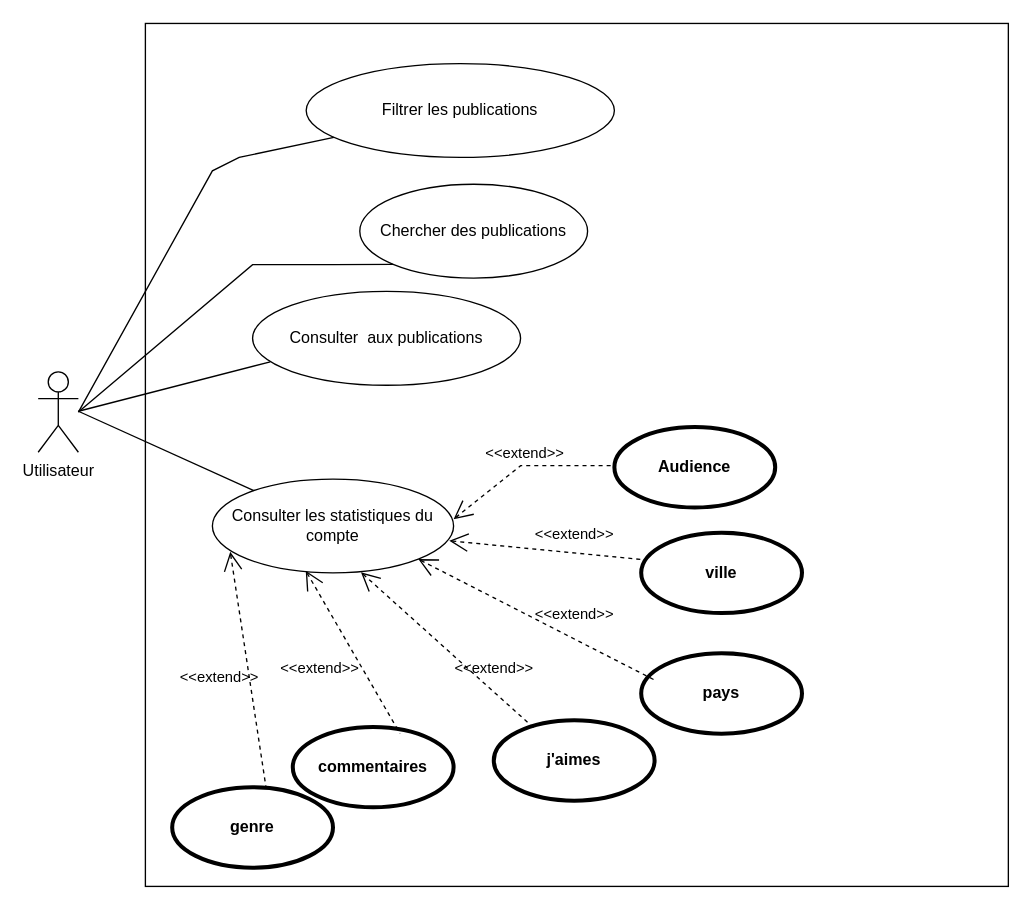
Before: usecase.drawio in Marouane19/usecase, a draw.io diagram. Source tidied: cells renumbered, new cells numbered last; positions are measured from the earlier drawing's top-left corner, leaving out a move shared by most shapes. Both pictures are drawn from the tidied source at 134%, with x=0, y=0 at pixel (38, 23).
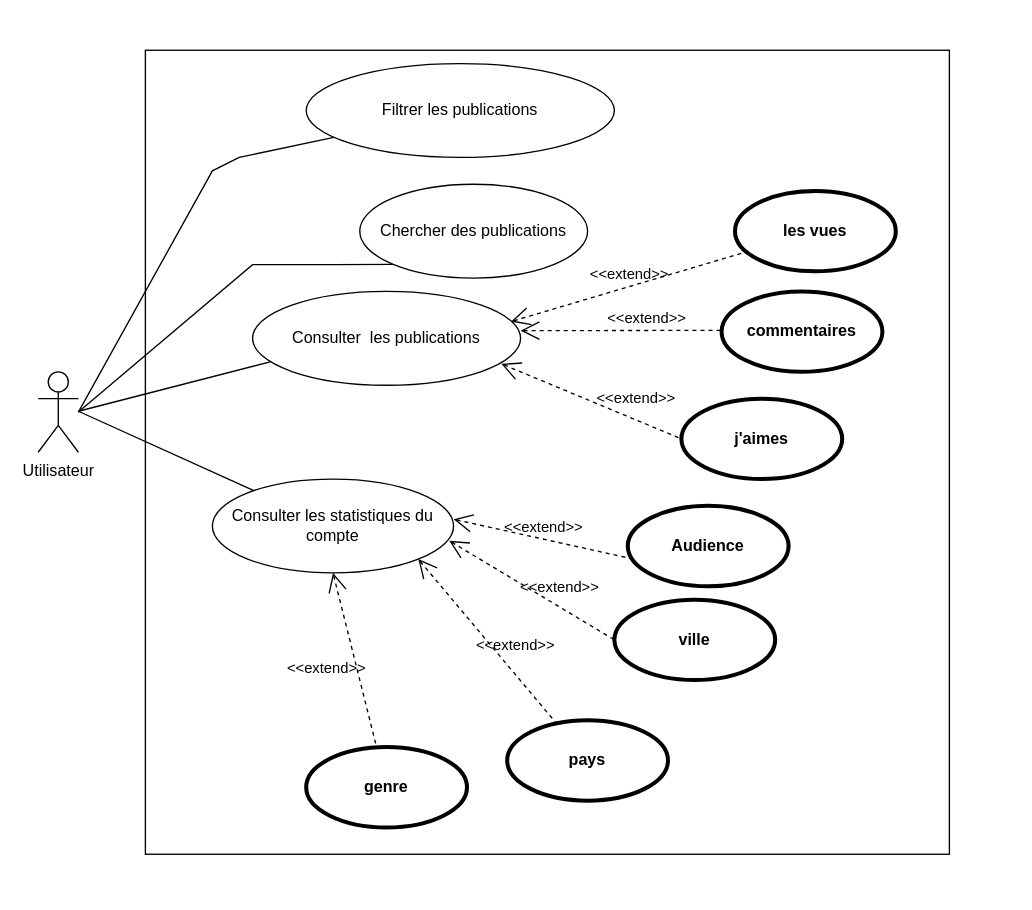
After the change.

Unchanged cells that the change refers to:
```xml
<mxCell id="4" value="Consulter les statistiques du compte" style="ellipse;whiteSpace=wrap;html=1;" parent="1" vertex="1">
  <mxGeometry x="130" y="340" width="180" height="70" as="geometry" />
</mxCell>
```

What changed in the source:
```diff
@@
     <mxCell id="2" style="whiteSpace=wrap;html=1;" parent="1" vertex="1">
-      <mxGeometry x="80" width="644" height="644" as="geometry" />
+      <mxGeometry x="80" y="20" width="600" height="600" as="geometry" />
     </mxCell>
@@
-    <mxCell id="5" value="Consulter &amp;nbsp;aux publications" style="ellipse;whiteSpace=wrap;html=1;" parent="1" vertex="1">
+    <mxCell id="5" value="Consulter &amp;nbsp;les publications" style="ellipse;whiteSpace=wrap;html=1;" parent="1" vertex="1">
       <mxGeometry x="160" y="200" width="200" height="70" as="geometry" />
     </mxCell>
-    <mxCell id="6" value="&amp;lt;&amp;lt;extend&amp;gt;&amp;gt;" style="edgeStyle=none;html=1;startArrow=open;endArrow=none;startSize=12;verticalAlign=bottom;dashed=1;labelBackgroundColor=none;rounded=0;" parent="1" edge="1">
+    <mxCell id="6" value="&amp;lt;&amp;lt;extend&amp;gt;&amp;gt;" style="edgeStyle=none;html=1;startArrow=open;endArrow=none;startSize=12;verticalAlign=bottom;dashed=1;labelBackgroundColor=none;rounded=0;entryX=0.035;entryY=0.662;entryDx=0;entryDy=0;entryPerimeter=0;" parent="1" edge="1" target="7">
       <mxGeometry relative="1" as="geometry">
         <mxPoint x="310" y="370" as="sourcePoint" />
-        <mxPoint x="430" y="330" as="targetPoint" />
-        <Array as="points">
-          <mxPoint x="360" y="330" />
-        </Array>
       </mxGeometry>
     </mxCell>
     <mxCell id="7" value="Audience" style="shape=ellipse;html=1;strokeWidth=3;fontStyle=1;whiteSpace=wrap;align=center;perimeter=ellipsePerimeter;" parent="1" vertex="1">
-      <mxGeometry x="430" y="301.2" width="120" height="60" as="geometry" />
+      <mxGeometry x="440" y="360" width="120" height="60" as="geometry" />
     </mxCell>
     <mxCell id="8" value="ville" style="shape=ellipse;html=1;strokeWidth=3;fontStyle=1;whiteSpace=wrap;align=center;perimeter=ellipsePerimeter;" parent="1" vertex="1">
-      <mxGeometry x="450" y="380" width="120" height="60" as="geometry" />
+      <mxGeometry x="430" y="430" width="120" height="60" as="geometry" />
     </mxCell>
     <mxCell id="9" value="commentaires" style="shape=ellipse;html=1;strokeWidth=3;fontStyle=1;whiteSpace=wrap;align=center;perimeter=ellipsePerimeter;" parent="1" vertex="1">
-      <mxGeometry x="190" y="525" width="120" height="60" as="geometry" />
+      <mxGeometry x="510" y="200" width="120" height="60" as="geometry" />
     </mxCell>
     <mxCell id="10" value="j'aimes" style="shape=ellipse;html=1;strokeWidth=3;fontStyle=1;whiteSpace=wrap;align=center;perimeter=ellipsePerimeter;" parent="1" vertex="1">
-      <mxGeometry x="340" y="520" width="120" height="60" as="geometry" />
+      <mxGeometry x="480" y="280" width="120" height="60" as="geometry" />
     </mxCell>
     <mxCell id="11" value="pays" style="shape=ellipse;html=1;strokeWidth=3;fontStyle=1;whiteSpace=wrap;align=center;perimeter=ellipsePerimeter;" parent="1" vertex="1">
-      <mxGeometry x="450" y="470" width="120" height="60" as="geometry" />
+      <mxGeometry x="350" y="520" width="120" height="60" as="geometry" />
     </mxCell>
-    <mxCell id="12" value="&amp;lt;&amp;lt;extend&amp;gt;&amp;gt;" style="edgeStyle=none;html=1;startArrow=open;endArrow=none;startSize=12;verticalAlign=bottom;dashed=1;labelBackgroundColor=none;rounded=0;exitX=0.982;exitY=0.658;exitDx=0;exitDy=0;exitPerimeter=0;" parent="1" edge="1" source="4">
-      <mxGeometry x="0.29" y="5" relative="1" as="geometry">
-        <mxPoint x="450" y="400" as="targetPoint" />
-      </mxGeometry>
+    <mxCell id="12" value="&amp;lt;&amp;lt;extend&amp;gt;&amp;gt;" style="edgeStyle=none;html=1;startArrow=open;endArrow=none;startSize=12;verticalAlign=bottom;dashed=1;labelBackgroundColor=none;rounded=0;exitX=0.982;exitY=0.658;exitDx=0;exitDy=0;exitPerimeter=0;entryX=0;entryY=0.5;entryDx=0;entryDy=0;" parent="1" edge="1" source="4" target="8">
+      <mxGeometry x="0.29" y="5" relative="1" as="geometry" />
     </mxCell>
-    <mxCell id="13" value="&amp;lt;&amp;lt;extend&amp;gt;&amp;gt;" style="edgeStyle=none;html=1;startArrow=open;endArrow=none;startSize=12;verticalAlign=bottom;dashed=1;labelBackgroundColor=none;rounded=0;entryX=0.252;entryY=0.101;entryDx=0;entryDy=0;entryPerimeter=0;exitX=0.616;exitY=0.994;exitDx=0;exitDy=0;exitPerimeter=0;" parent="1" edge="1" source="4" target="10">
+    <mxCell id="13" value="&amp;lt;&amp;lt;extend&amp;gt;&amp;gt;" style="edgeStyle=none;html=1;startArrow=open;endArrow=none;startSize=12;verticalAlign=bottom;dashed=1;labelBackgroundColor=none;rounded=0;entryX=0;entryY=0.5;entryDx=0;entryDy=0;exitX=0.928;exitY=0.771;exitDx=0;exitDy=0;exitPerimeter=0;" parent="1" edge="1" source="5" target="10">
       <mxGeometry x="0.46" y="7" relative="1" as="geometry">
         <mxPoint y="1" as="offset" />
       </mxGeometry>
     </mxCell>
-    <mxCell id="14" value="&amp;lt;&amp;lt;extend&amp;gt;&amp;gt;" style="edgeStyle=none;html=1;startArrow=open;endArrow=none;startSize=12;verticalAlign=bottom;dashed=1;labelBackgroundColor=none;rounded=0;exitX=1;exitY=1;exitDx=0;exitDy=0;" parent="1" edge="1" source="4">
-      <mxGeometry x="0.28" y="8" relative="1" as="geometry">
-        <mxPoint x="460" y="490" as="targetPoint" />
-      </mxGeometry>
+    <mxCell id="14" value="&amp;lt;&amp;lt;extend&amp;gt;&amp;gt;" style="edgeStyle=none;html=1;startArrow=open;endArrow=none;startSize=12;verticalAlign=bottom;dashed=1;labelBackgroundColor=none;rounded=0;exitX=1;exitY=1;exitDx=0;exitDy=0;" parent="1" edge="1" source="4" target="11">
+      <mxGeometry x="0.28" y="8" relative="1" as="geometry" />
     </mxCell>
-    <mxCell id="15" value="&amp;lt;&amp;lt;extend&amp;gt;&amp;gt;" style="edgeStyle=none;html=1;startArrow=open;endArrow=none;startSize=12;verticalAlign=bottom;dashed=1;labelBackgroundColor=none;rounded=0;entryX=0.667;entryY=0.083;entryDx=0;entryDy=0;entryPerimeter=0;exitX=0.387;exitY=0.977;exitDx=0;exitDy=0;exitPerimeter=0;" parent="1" edge="1" source="4" target="9">
-      <mxGeometry x="0.08" y="-32" relative="1" as="geometry" />
-    </mxCell>
@@
     <mxCell id="18" value="genre" style="shape=ellipse;html=1;strokeWidth=3;fontStyle=1;whiteSpace=wrap;align=center;perimeter=ellipsePerimeter;" parent="1" vertex="1">
-      <mxGeometry x="100" y="570" width="120" height="60" as="geometry" />
+      <mxGeometry x="200" y="540" width="120" height="60" as="geometry" />
     </mxCell>
-    <mxCell id="19" value="&amp;lt;&amp;lt;extend&amp;gt;&amp;gt;" style="edgeStyle=none;html=1;startArrow=open;endArrow=none;startSize=12;verticalAlign=bottom;dashed=1;labelBackgroundColor=none;rounded=0;exitX=0.074;exitY=0.776;exitDx=0;exitDy=0;exitPerimeter=0;" parent="1" edge="1" source="4">
-      <mxGeometry x="0.13" y="-24" relative="1" as="geometry">
-        <mxPoint x="170" y="570" as="targetPoint" />
-      </mxGeometry>
+    <mxCell id="19" value="&amp;lt;&amp;lt;extend&amp;gt;&amp;gt;" style="edgeStyle=none;html=1;startArrow=open;endArrow=none;startSize=12;verticalAlign=bottom;dashed=1;labelBackgroundColor=none;rounded=0;exitX=0.5;exitY=1;exitDx=0;exitDy=0;" parent="1" edge="1" source="4" target="18">
+      <mxGeometry x="0.13" y="-24" relative="1" as="geometry" />
     </mxCell>
@@
+    <mxCell id="24" value="&amp;lt;&amp;lt;extend&amp;gt;&amp;gt;" style="edgeStyle=none;html=1;startArrow=open;endArrow=none;startSize=12;verticalAlign=bottom;dashed=1;labelBackgroundColor=none;rounded=0;" parent="1" edge="1">
+      <mxGeometry x="0.25" relative="1" as="geometry">
+        <mxPoint x="360" y="229.3" as="sourcePoint" />
+        <mxPoint x="510" y="229" as="targetPoint" />
+      </mxGeometry>
+    </mxCell>
+    <mxCell id="25" value="les vues" style="shape=ellipse;html=1;strokeWidth=3;fontStyle=1;whiteSpace=wrap;align=center;perimeter=ellipsePerimeter;" parent="1" vertex="1">
+      <mxGeometry x="520" y="125" width="120" height="60" as="geometry" />
+    </mxCell>
+    <mxCell id="26" value="&amp;lt;&amp;lt;extend&amp;gt;&amp;gt;" style="edgeStyle=none;html=1;startArrow=open;endArrow=none;startSize=12;verticalAlign=bottom;dashed=1;labelBackgroundColor=none;rounded=0;exitX=0.964;exitY=0.322;exitDx=0;exitDy=0;exitPerimeter=0;" parent="1" edge="1" source="5">
+      <mxGeometry relative="1" as="geometry">
+        <mxPoint x="530" y="170" as="targetPoint" />
+      </mxGeometry>
+    </mxCell>
```
